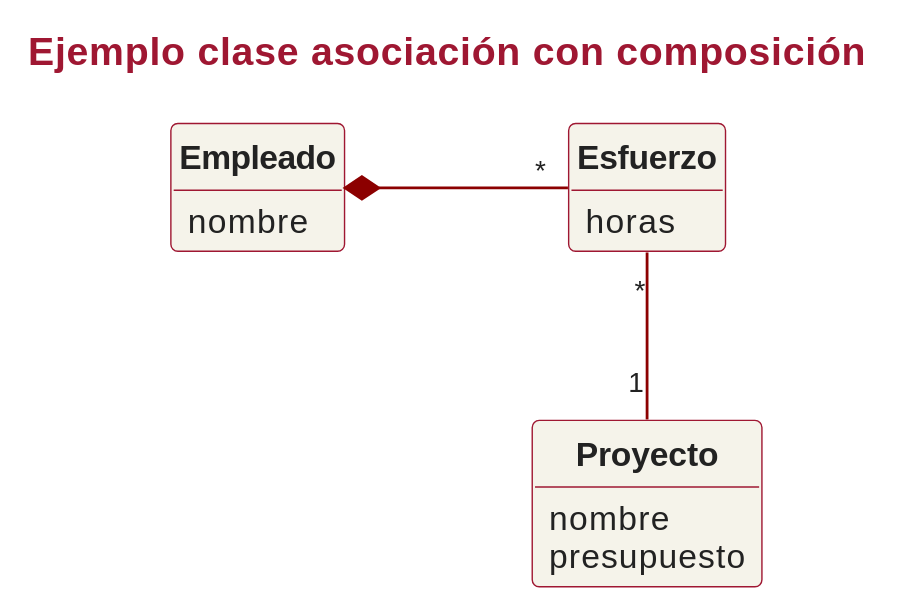
Above: assets/slides/iissi1/t6-introduccion-al-modelado-conceptual/puml/dc-ejemplo-composicion-II.svg in IISSI-US/web (PlantUML), before the change. Source of this version:
```plantuml
@startuml
title Ejemplo clase asociación con composición
!include ../../puml/teoria.iuml

!include Proyecto.iuml
!include Empleado.iuml
!include Esfuerzo.iuml

Empleado *-r- "*" Esfuerzo
Esfuerzo "*" -- "1" Proyecto
@enduml
```
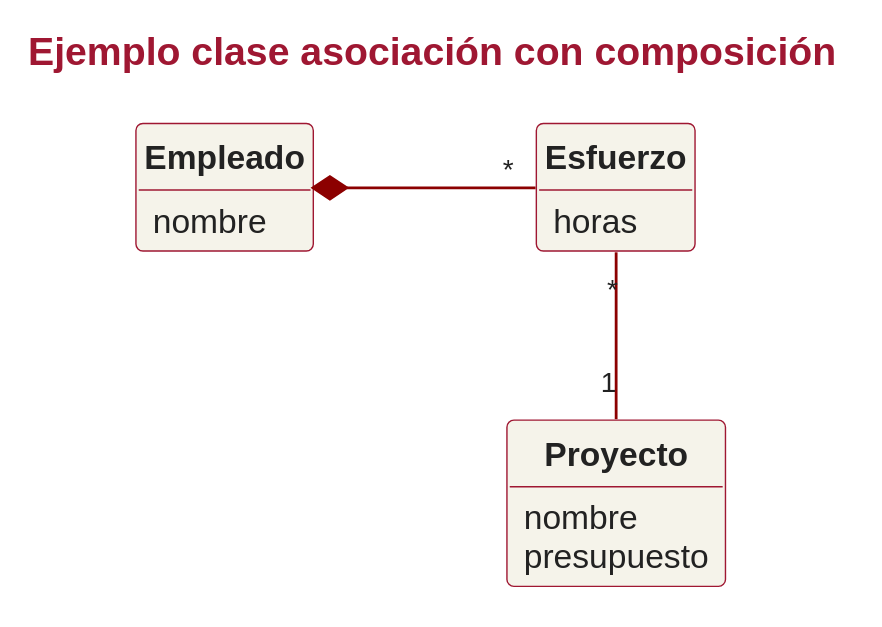
Above is the later version.

Diff of the diagram source:
```diff
@@ -2,10 +2,16 @@
 title Ejemplo clase asociación con composición
 !include ../../puml/teoria.iuml
 
-!include Proyecto.iuml
-!include Empleado.iuml
-!include Esfuerzo.iuml
-
+Class Proyecto{
+nombre
+presupuesto
+}
+Class Empleado{
+nombre
+}
+Class Esfuerzo{
+horas
+}
 Empleado *-r- "*" Esfuerzo
 Esfuerzo "*" -- "1" Proyecto
 @enduml
```
